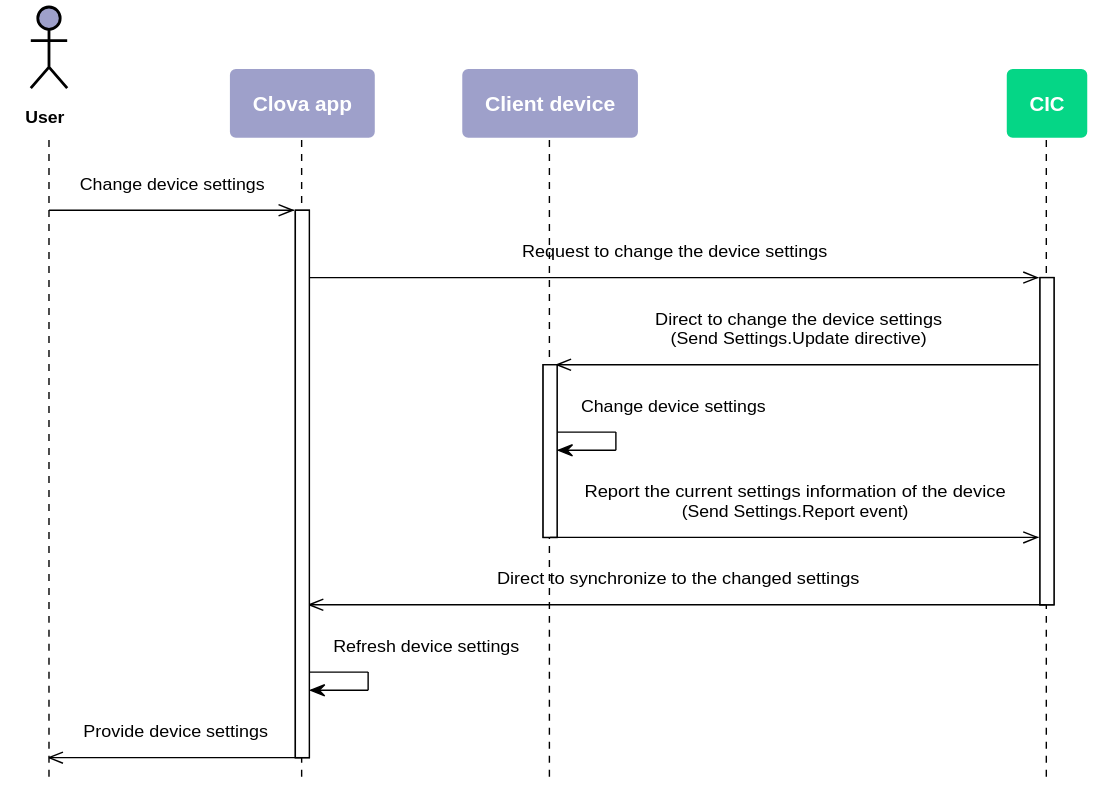
muchokwon/clova-client-developer-guide keeps this PlantUML diagram as en-KR/Develop/Assets/Images/CIC_Settings_Change_Settings_Via_Clova_App.svg. Above is the earlier version. Source of this version:
```plantuml
@startuml
scale max 880 width
skinparam sequenceMessageAlign center
skinparam shadowing false
skinparam roundcorner 10
skinparam padding 10
skinparam defaultFontSize 12
skinparam sequence {
	ArrowColor #000000
	ActorBorderColor #000000
	ActorFontStyle Bolder

	LifeLineBorderColor #000000
	LifeLineBackgroundColor transparent
	ParticipantBorderColor transparent
	ParticipantFontSize 14
	ParticipantFontColor #ffffff
	ParticipantFontStyle bold

	BoxBorderColor #000000
	BoxFontColor #ffffff
    BoxFontSize 14
    BoxFontStyle bold
}
skinparam note {
	BackgroundColor #9EA0CA
	BorderColor #ffffff
	FontColor #ffffff
	FontSize 14
	FontStyle bold
}
hide footbox

actor User as user #9EA0CA
participant "Clova app" as ca #9EA0CA
participant "Client device" as cli #9EA0CA
participant CIC as cic #05D686

user ->> ca: Change device settings

  activate ca

  ca ->> cic: Request to change the device settings

  activate cic

    cic ->> cli: Direct to change the device settings\n(Send Settings.Update directive)

    activate cli

      cli -> cli: Change device settings

      cli ->> cic: Report the current settings information of the device\n(Send Settings.Report event)

    deactivate cli

  cic ->> ca: Direct to synchronize to the changed settings

  deactivate cic

  ca -> ca: Refresh device settings

  ca ->> user: Provide device settings

deactivate ca

@enduml
```
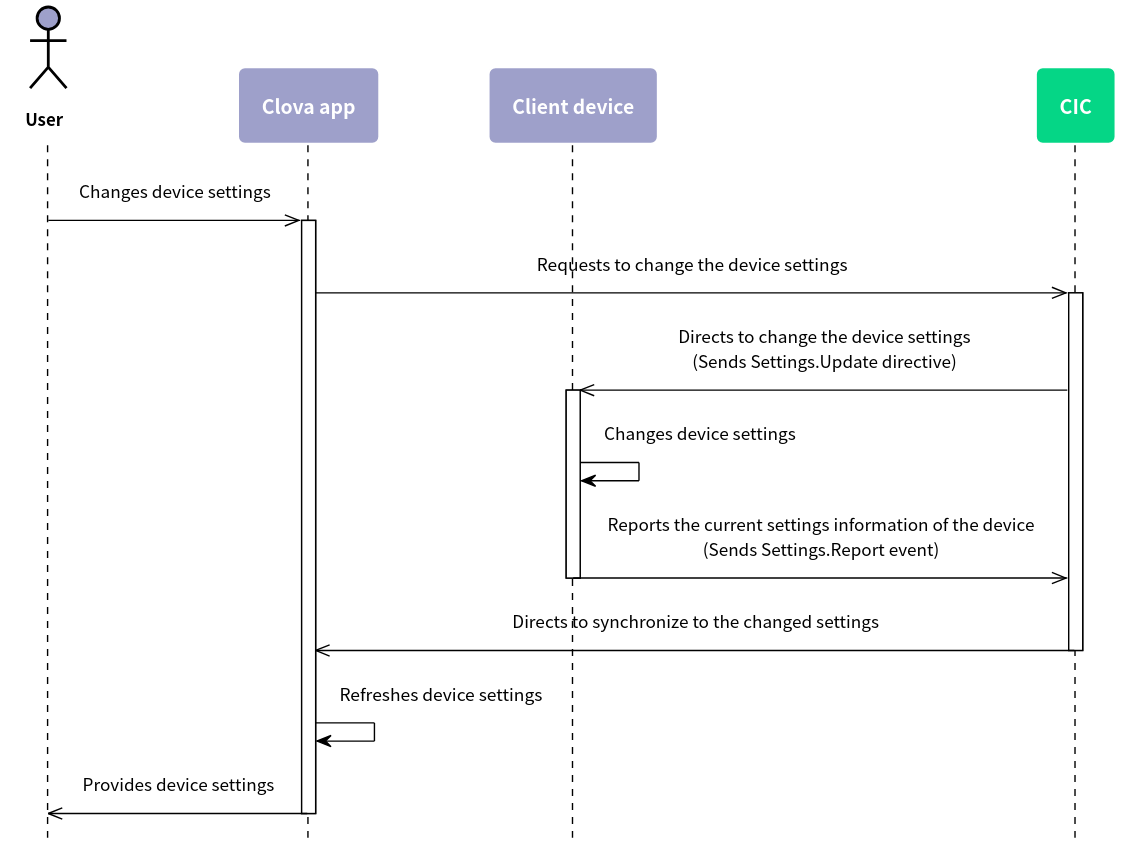
The same diagram one commit later.

Diff of the diagram source:
```diff
@@ -5,62 +5,80 @@
 skinparam roundcorner 10
 skinparam padding 10
 skinparam defaultFontSize 12
+skinparam defaultFontName "Noto Sans CJK KR"
+
+skinparam note {
+  BackgroundColor #9EA0CA
+  BorderColor #ffffff
+  FontColor #ffffff
+  FontSize 14
+  FontStyle bold
+}
+
 skinparam sequence {
-	ArrowColor #000000
-	ActorBorderColor #000000
-	ActorFontStyle Bolder
+  ArrowColor #000000
+  ActorBorderColor #000000
+  ActorFontStyle Bolder
 
-	LifeLineBorderColor #000000
-	LifeLineBackgroundColor transparent
-	ParticipantBorderColor transparent
-	ParticipantFontSize 14
-	ParticipantFontColor #ffffff
-	ParticipantFontStyle bold
 
-	BoxBorderColor #000000
-	BoxFontColor #ffffff
+  LifeLineBorderColor #000000
+  LifeLineBackgroundColor transparent
+  ParticipantBorderColor transparent
+  ParticipantFontSize 14
+  ParticipantFontColor #ffffff
+  ParticipantFontStyle bold
+
+  BoxBorderColor #000000
+  BoxFontColor #ffffff
     BoxFontSize 14
     BoxFontStyle bold
 }
-skinparam note {
-	BackgroundColor #9EA0CA
-	BorderColor #ffffff
-	FontColor #ffffff
-	FontSize 14
-	FontStyle bold
+hide footbox
+
+skinparam activity {
+  BackgroundColor #9EA0CA
+  BarColor #ffffff
+  BorderColor #ffffff
+  DiamondBackgroundColor #05D686
+  DiamondBorderColor #ffffff
+  DiamondFontColor #ffffff
+  DiamondFontSize 14
+  DiamondFontStyle bold
+  FontColor #ffffff
+  FontSize 14
+  FontStyle bold
 }
-hide footbox
 
 actor User as user #9EA0CA
 participant "Clova app" as ca #9EA0CA
 participant "Client device" as cli #9EA0CA
 participant CIC as cic #05D686
 
-user ->> ca: Change device settings
+user ->> ca: Changes device settings
 
   activate ca
 
-  ca ->> cic: Request to change the device settings
+  ca ->> cic: Requests to change the device settings
 
   activate cic
 
-    cic ->> cli: Direct to change the device settings\n(Send Settings.Update directive)
+    cic ->> cli: Directs to change the device settings\n(Sends Settings.Update directive)
 
     activate cli
 
-      cli -> cli: Change device settings
+      cli -> cli: Changes device settings
 
-      cli ->> cic: Report the current settings information of the device\n(Send Settings.Report event)
+      cli ->> cic: Reports the current settings information of the device\n(Sends Settings.Report event)
 
     deactivate cli
 
-  cic ->> ca: Direct to synchronize to the changed settings
+  cic ->> ca: Directs to synchronize to the changed settings
 
   deactivate cic
 
-  ca -> ca: Refresh device settings
+  ca -> ca: Refreshes device settings
 
-  ca ->> user: Provide device settings
+  ca ->> user: Provides device settings
 
 deactivate ca
 
```
